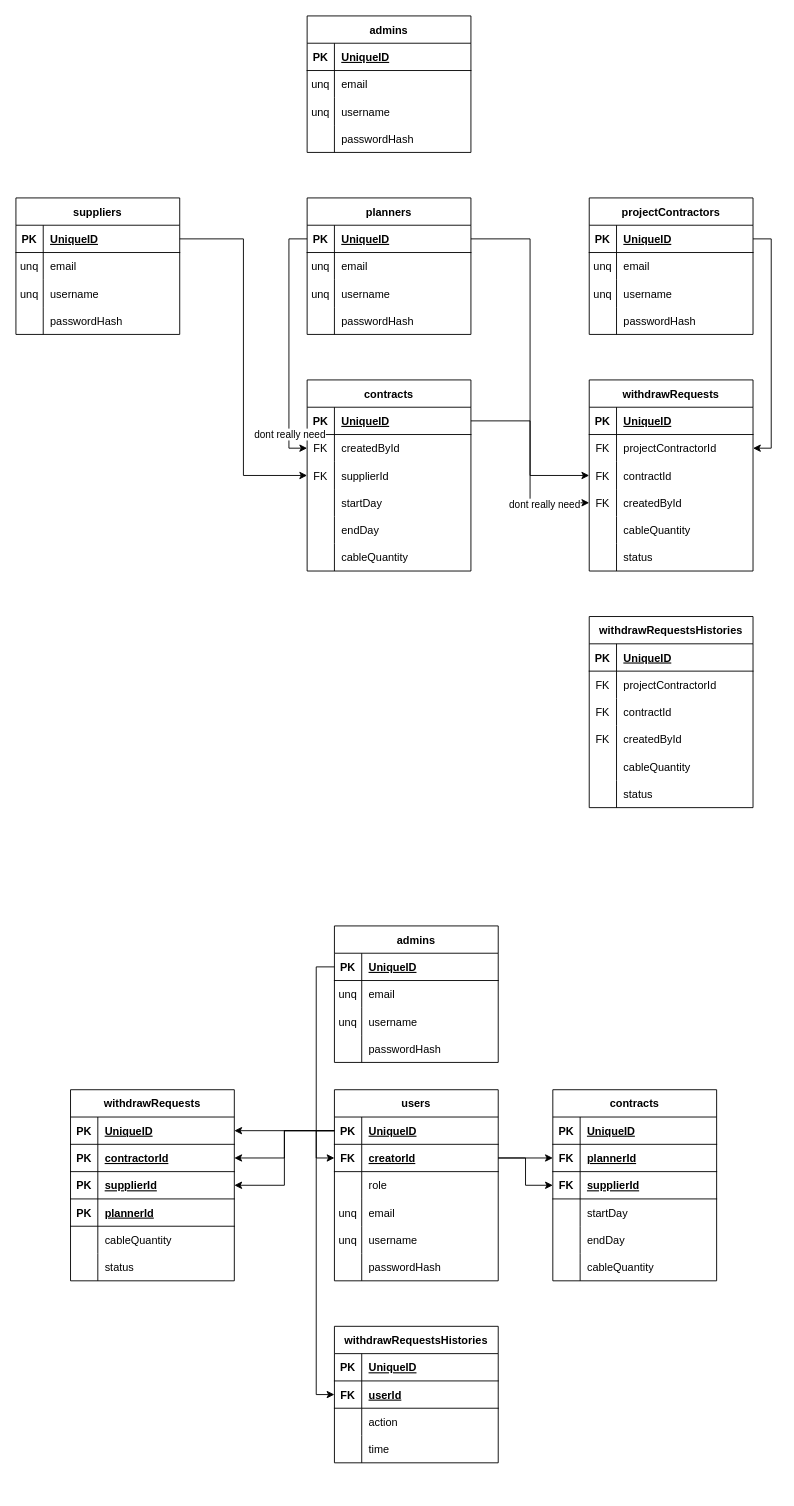
The draw.io diagram documents/database.drawio in cocacolastick-cable-management/cable_management_be, before the edit. Source tidied: cells renumbered, new cells numbered last; positions are measured from the earlier drawing's top-left corner, leaving out a move shared by most shapes. Both pictures are drawn from the tidied source at 91%, with x=0, y=0 at pixel (15, 15).
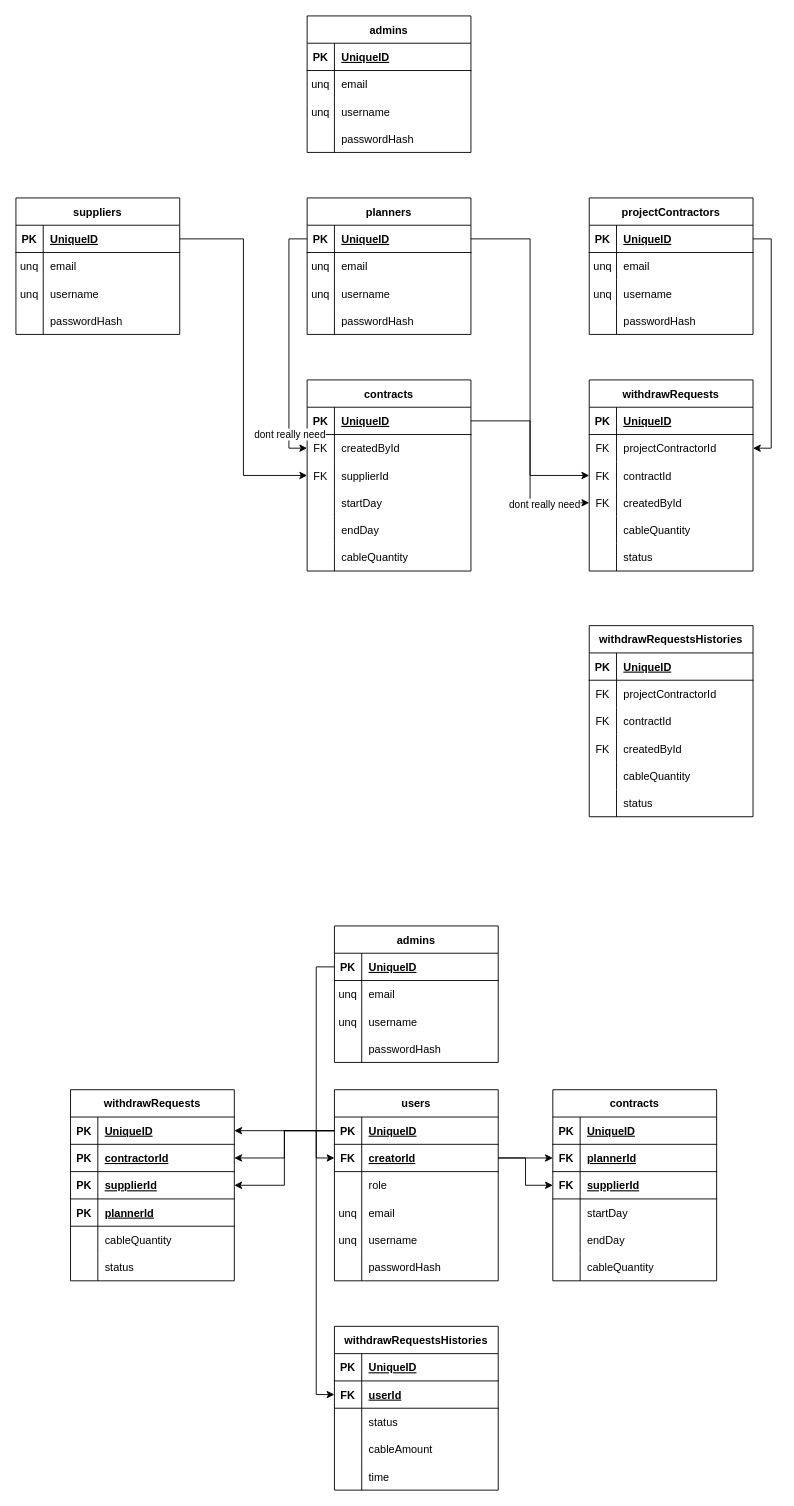
The same diagram, later.

Unchanged cells that the change refers to:
```xml
<mxCell id="201" style="shape=tableRow;horizontal=0;startSize=0;swimlaneHead=0;swimlaneBody=0;fillColor=none;top=0;left=0;right=0;bottom=0;" parent="194" vertex="1">
  <mxGeometry y="90" width="180" height="30" as="geometry" />
</mxCell>
```

What changed in the source:
```diff
@@
     <mxCell id="99" value="withdrawRequestsHistories" style="shape=table;startSize=30;childLayout=tableLayout;rowLines=0;fontStyle=1;align=center;" parent="1" vertex="1">
-      <mxGeometry x="630" y="660" width="180" height="210" as="geometry" />
+      <mxGeometry x="630" y="670" width="180" height="210" as="geometry" />
     </mxCell>
@@
     <mxCell id="194" value="withdrawRequestsHistories" style="shape=table;startSize=30;childLayout=tableLayout;rowLines=0;fontStyle=1;align=center;" parent="1" vertex="1">
-      <mxGeometry x="350" y="1440" width="180" height="150" as="geometry" />
+      <mxGeometry x="350" y="1440" width="180" height="180" as="geometry" />
     </mxCell>
@@
-    <mxCell id="203" value="action" style="shape=partialRectangle;fillColor=none;top=0;left=0;bottom=0;right=0;align=left;spacingLeft=6;overflow=hidden;" parent="201" vertex="1">
+    <mxCell id="203" value="status" style="shape=partialRectangle;fillColor=none;top=0;left=0;bottom=0;right=0;align=left;spacingLeft=6;overflow=hidden;" parent="201" vertex="1">
       <mxGeometry x="30" width="150" height="30" as="geometry" />
     </mxCell>
+    <mxCell id="208" style="shape=tableRow;horizontal=0;startSize=0;swimlaneHead=0;swimlaneBody=0;fillColor=none;top=0;left=0;right=0;bottom=0;" parent="194" vertex="1">
+      <mxGeometry y="120" width="180" height="30" as="geometry" />
+    </mxCell>
+    <mxCell id="209" style="shape=partialRectangle;fillColor=none;top=0;left=0;bottom=0;right=0;overflow=hidden;" parent="208" vertex="1">
+      <mxGeometry width="30" height="30" as="geometry" />
+    </mxCell>
+    <mxCell id="210" value="cableAmount" style="shape=partialRectangle;fillColor=none;top=0;left=0;bottom=0;right=0;align=left;spacingLeft=6;overflow=hidden;" parent="208" vertex="1">
+      <mxGeometry x="30" width="150" height="30" as="geometry" />
+    </mxCell>
     <mxCell id="204" style="shape=tableRow;horizontal=0;startSize=0;swimlaneHead=0;swimlaneBody=0;fillColor=none;top=0;left=0;right=0;bottom=0;" parent="194" vertex="1">
-      <mxGeometry y="120" width="180" height="30" as="geometry" />
+      <mxGeometry y="150" width="180" height="30" as="geometry" />
     </mxCell>
```
